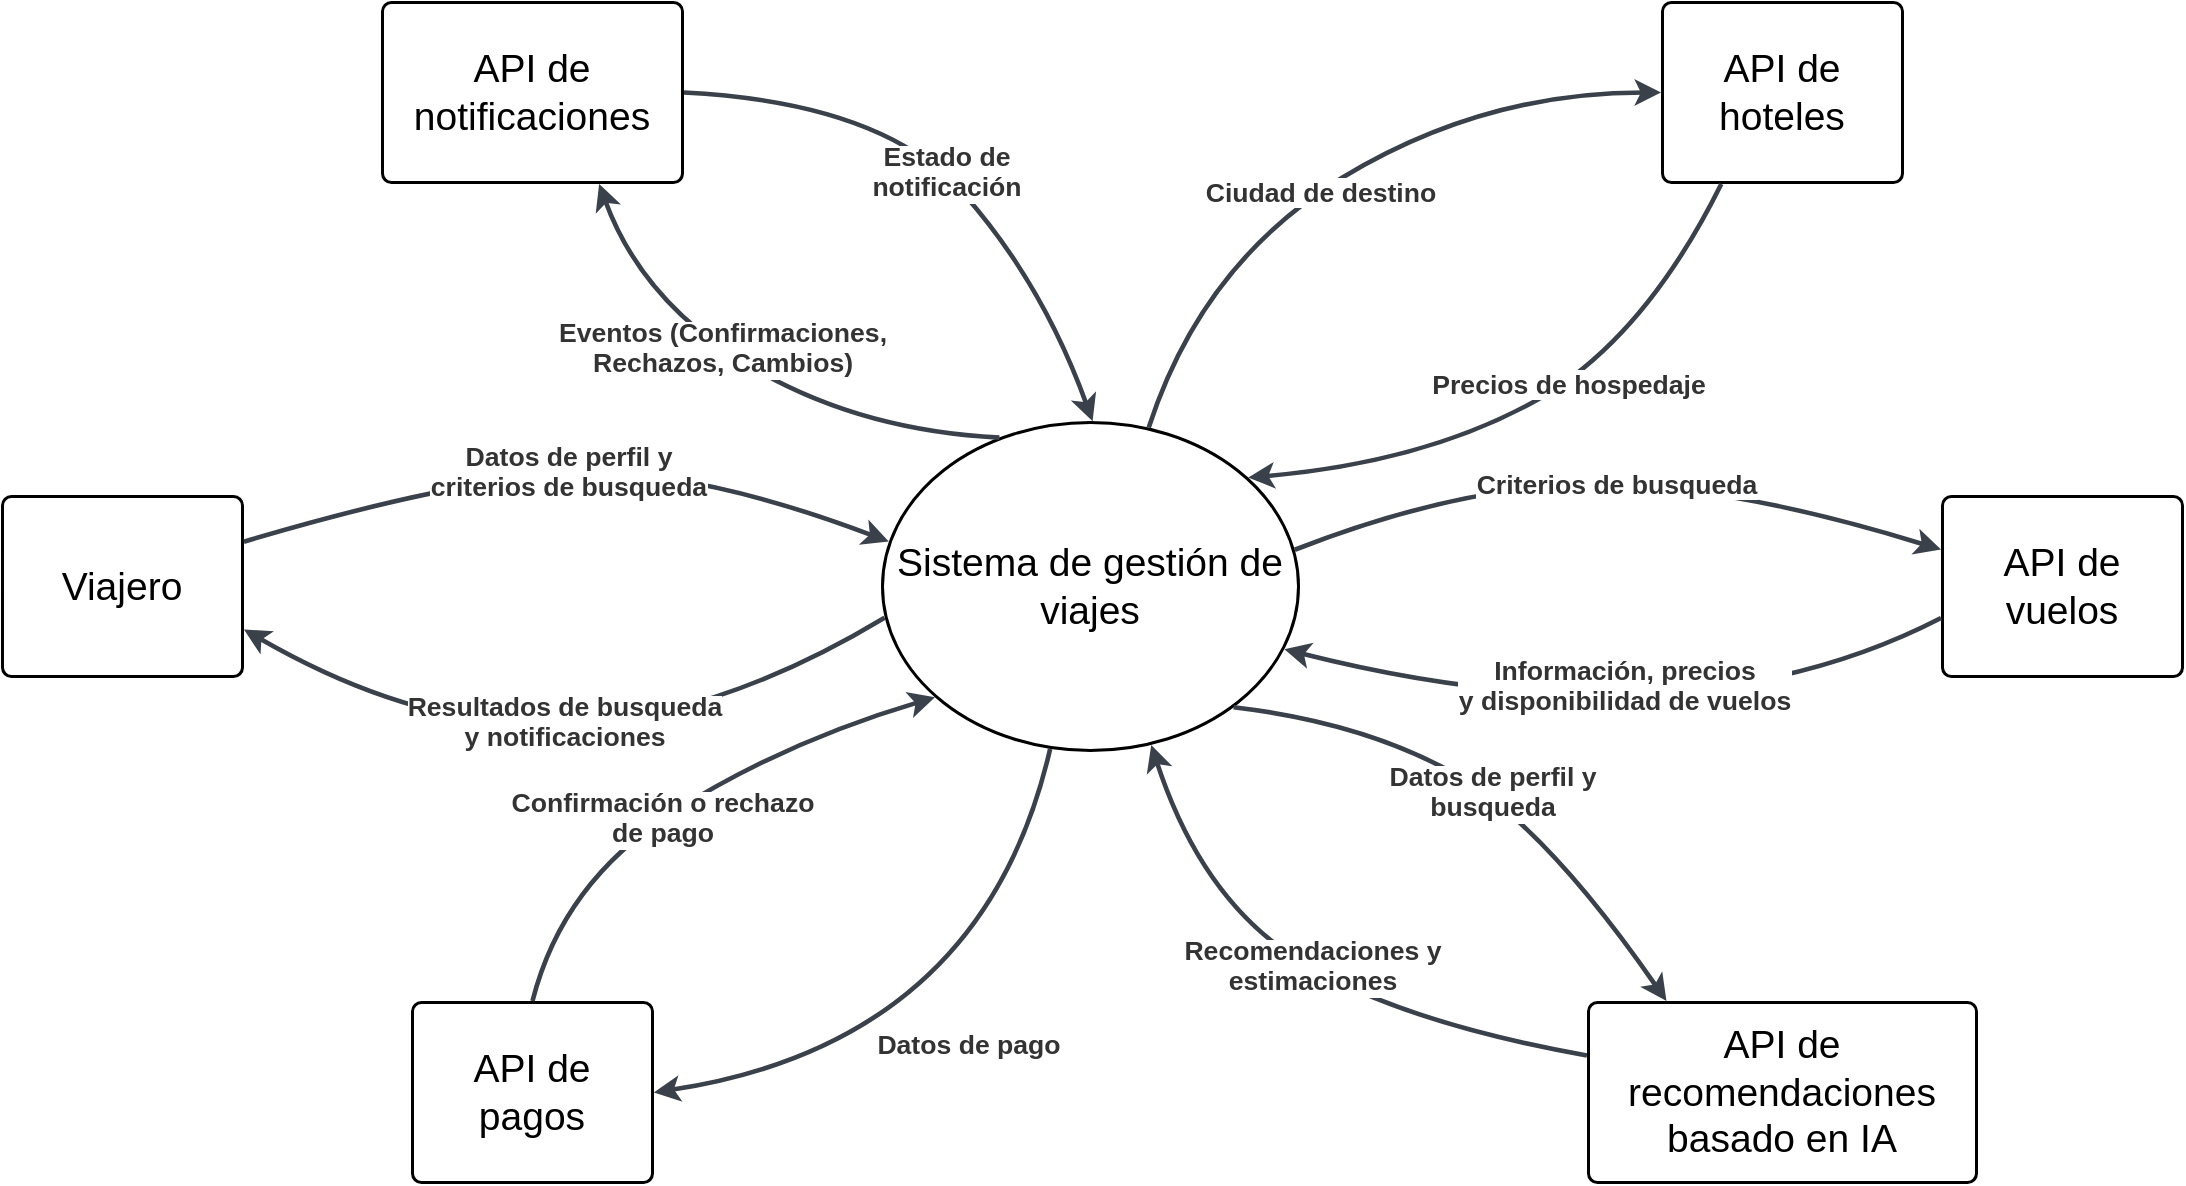
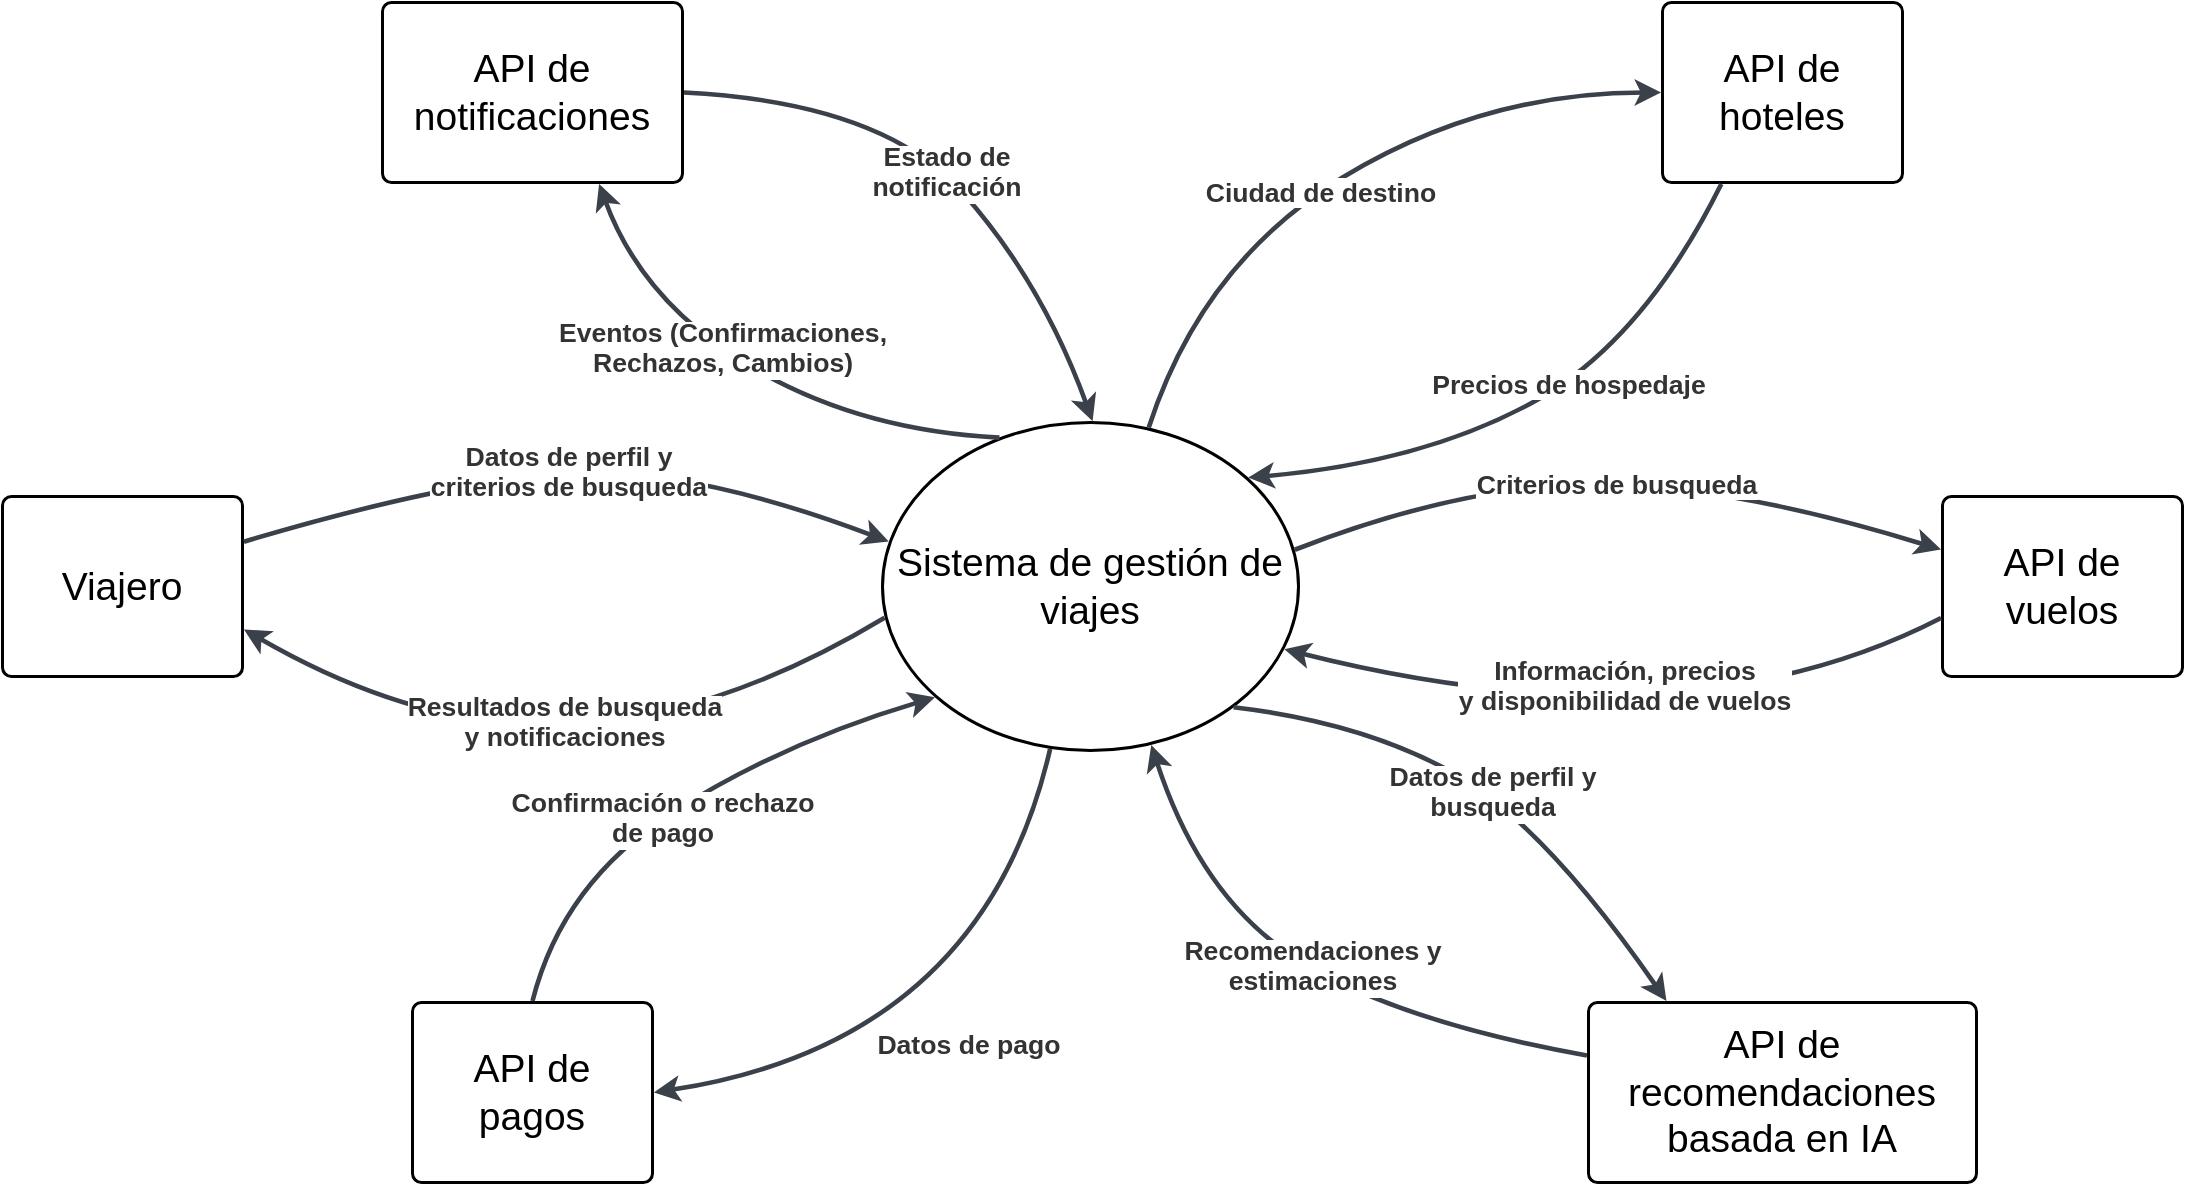
<mxfile host="app.diagrams.net">
  <diagram name="Page-1" id="MfmbcvbHYdxHCaBwPf5r">
    <mxGraphModel dx="2113" dy="1970" grid="1" gridSize="10" guides="1" tooltips="1" connect="1" arrows="1" fold="1" page="1" pageScale="1" pageWidth="850" pageHeight="1100" math="0" shadow="0">
      <root>
        <mxCell id="0" />
        <mxCell id="1" parent="0" />
        <mxCell id="Qg0UZIg7ceVPUyK0LYbh-2" parent="1" style="html=1;overflow=block;blockSpacing=1;whiteSpace=wrap;ellipse;fontSize=19.5;spacing=3.8;strokeOpacity=100;fillOpacity=100;rounded=1;absoluteArcSize=1;arcSize=9;fillColor=#ffffff;strokeWidth=1.5;lucidId=WXIQ8c2zkLz7;" value="Sistema de gestión de viajes" vertex="1">
          <mxGeometry height="164" width="208" x="330" y="150" as="geometry" />
        </mxCell>
        <mxCell id="Qg0UZIg7ceVPUyK0LYbh-3" parent="1" style="html=1;overflow=block;blockSpacing=1;whiteSpace=wrap;fontSize=19.5;spacing=9;strokeOpacity=100;fillOpacity=100;rounded=1;absoluteArcSize=1;arcSize=9;fillColor=#ffffff;strokeWidth=1.5;lucidId=oYIQ8RRWn~sL;" value="API de vuelos" vertex="1">
          <mxGeometry height="90" width="120" x="860" y="187" as="geometry" />
        </mxCell>
        <mxCell id="Qg0UZIg7ceVPUyK0LYbh-4" parent="1" style="html=1;overflow=block;blockSpacing=1;whiteSpace=wrap;fontSize=19.5;spacing=9;strokeOpacity=100;fillOpacity=100;rounded=1;absoluteArcSize=1;arcSize=9;fillColor=#ffffff;strokeWidth=1.5;lucidId=zYIQgOVCz.SI;" value="API de hoteles" vertex="1">
          <mxGeometry height="90" width="120" x="720" y="-60" as="geometry" />
        </mxCell>
        <mxCell id="Qg0UZIg7ceVPUyK0LYbh-5" parent="1" style="html=1;overflow=block;blockSpacing=1;whiteSpace=wrap;fontSize=19.5;spacing=9;strokeOpacity=100;fillOpacity=100;rounded=1;absoluteArcSize=1;arcSize=9;fillColor=#ffffff;strokeWidth=1.5;lucidId=p0IQ9wlLgisg;" value="Viajero" vertex="1">
          <mxGeometry height="90" width="120" x="-110" y="187" as="geometry" />
        </mxCell>
        <mxCell id="Qg0UZIg7ceVPUyK0LYbh-6" parent="1" style="html=1;overflow=block;blockSpacing=1;whiteSpace=wrap;fontSize=19.5;spacing=9;strokeOpacity=100;fillOpacity=100;rounded=1;absoluteArcSize=1;arcSize=9;fillColor=#ffffff;strokeWidth=1.5;lucidId=A0IQgHFGUjRa;" value="API de pagos" vertex="1">
          <mxGeometry height="90" width="120" x="95" y="440" as="geometry" />
        </mxCell>
-         <mxCell id="Qg0UZIg7ceVPUyK0LYbh-7" parent="1" style="html=1;overflow=block;blockSpacing=1;whiteSpace=wrap;fontSize=19.5;spacing=9;strokeOpacity=100;fillOpacity=100;rounded=1;absoluteArcSize=1;arcSize=9;fillColor=#ffffff;strokeWidth=1.5;lucidId=L0IQBWIHV2ov;" value="API de recomendaciones basado en IA" vertex="1">
+         <mxCell id="Qg0UZIg7ceVPUyK0LYbh-7" parent="1" style="html=1;overflow=block;blockSpacing=1;whiteSpace=wrap;fontSize=19.5;spacing=9;strokeOpacity=100;fillOpacity=100;rounded=1;absoluteArcSize=1;arcSize=9;fillColor=#ffffff;strokeWidth=1.5;lucidId=L0IQBWIHV2ov;" value="API de recomendaciones basada en IA" vertex="1">
          <mxGeometry height="90" width="194" x="683" y="440" as="geometry" />
        </mxCell>
        <mxCell id="Qg0UZIg7ceVPUyK0LYbh-8" parent="1" style="html=1;overflow=block;blockSpacing=1;whiteSpace=wrap;fontSize=19.5;spacing=9;strokeOpacity=100;fillOpacity=100;rounded=1;absoluteArcSize=1;arcSize=9;fillColor=#ffffff;strokeWidth=1.5;lucidId=U0IQVbOXQFOp;" value="API de notificaciones" vertex="1">
          <mxGeometry height="90" width="150" x="80" y="-60" as="geometry" />
        </mxCell>
        <mxCell id="Qg0UZIg7ceVPUyK0LYbh-9" edge="1" parent="1" source="Qg0UZIg7ceVPUyK0LYbh-2" style="html=1;jettySize=18;whiteSpace=wrap;fontSize=13;strokeColor=#3a414a;strokeOpacity=100;strokeWidth=2.3;rounded=1;arcSize=48;curved=1;startArrow=none;exitX=0.64;exitY=0.015;exitPerimeter=0;entryX=-0.006;entryY=0.5;entryPerimeter=0;lucidId=71IQLwk1q8.I;" target="Qg0UZIg7ceVPUyK0LYbh-4" value="">
          <mxGeometry height="100" relative="1" width="100" as="geometry">
            <Array as="points">
              <mxPoint x="490" y="70" />
              <mxPoint x="630" y="-15" />
            </Array>
          </mxGeometry>
        </mxCell>
        <mxCell id="Qg0UZIg7ceVPUyK0LYbh-10" parent="Qg0UZIg7ceVPUyK0LYbh-9" style="text;html=1;resizable=0;labelBackgroundColor=default;align=center;verticalAlign=middle;fontStyle=1;fontColor=#333333;fontSize=13.3;" value="Ciudad de destino" vertex="1">
          <mxGeometry relative="1" x="-0.08419359575618401" as="geometry" />
        </mxCell>
        <mxCell id="Qg0UZIg7ceVPUyK0LYbh-11" edge="1" parent="1" source="Qg0UZIg7ceVPUyK0LYbh-4" style="html=1;jettySize=18;whiteSpace=wrap;fontSize=13;strokeColor=#3a414a;strokeOpacity=100;strokeWidth=2.3;rounded=1;arcSize=48;curved=1;startArrow=none;exitX=0.245;exitY=1.008;exitPerimeter=0;entryX=0.879;entryY=0.168;entryPerimeter=0;lucidId=u2IQZdscN3rP;" target="Qg0UZIg7ceVPUyK0LYbh-2" value="">
          <mxGeometry height="100" relative="1" width="100" as="geometry">
            <Array as="points">
              <mxPoint x="710" y="110" />
              <mxPoint x="600" y="170" />
            </Array>
          </mxGeometry>
        </mxCell>
        <mxCell id="Qg0UZIg7ceVPUyK0LYbh-12" parent="Qg0UZIg7ceVPUyK0LYbh-11" style="text;html=1;resizable=0;labelBackgroundColor=default;align=center;verticalAlign=middle;fontStyle=1;fontColor=#333333;fontSize=13.3;" value="Precios de hospedaje" vertex="1">
          <mxGeometry relative="1" x="-0.13035426488270474" as="geometry" />
        </mxCell>
        <mxCell id="Qg0UZIg7ceVPUyK0LYbh-13" edge="1" parent="1" source="Qg0UZIg7ceVPUyK0LYbh-2" style="html=1;jettySize=18;whiteSpace=wrap;fontSize=13;strokeColor=#3a414a;strokeOpacity=100;strokeWidth=2.3;rounded=1;arcSize=48;curved=1;startArrow=none;exitX=0.991;exitY=0.388;exitPerimeter=0;entryX=-0.006;entryY=0.295;entryPerimeter=0;lucidId=n3IQNmoTamkC;" target="Qg0UZIg7ceVPUyK0LYbh-3" value="">
          <mxGeometry height="100" relative="1" width="100" as="geometry">
            <Array as="points">
              <mxPoint x="617" y="182" />
              <mxPoint x="750" y="180" />
            </Array>
          </mxGeometry>
        </mxCell>
        <mxCell id="Qg0UZIg7ceVPUyK0LYbh-14" parent="Qg0UZIg7ceVPUyK0LYbh-13" style="text;html=1;resizable=0;labelBackgroundColor=default;align=center;verticalAlign=middle;fontStyle=1;fontColor=#333333;fontSize=13.3;" value="Criterios de busqueda" vertex="1">
          <mxGeometry relative="1" as="geometry" />
        </mxCell>
        <mxCell id="Qg0UZIg7ceVPUyK0LYbh-15" edge="1" parent="1" source="Qg0UZIg7ceVPUyK0LYbh-3" style="html=1;jettySize=18;whiteSpace=wrap;fontSize=13;strokeColor=#3a414a;strokeOpacity=100;strokeWidth=2.3;rounded=1;arcSize=48;curved=1;startArrow=none;exitX=-0.006;exitY=0.675;exitPerimeter=0;entryX=0.966;entryY=0.691;entryPerimeter=0;lucidId=u3IQvIhZ8pv1;" target="Qg0UZIg7ceVPUyK0LYbh-2" value="">
          <mxGeometry height="100" relative="1" width="100" as="geometry">
            <Array as="points">
              <mxPoint x="731" y="314" />
            </Array>
          </mxGeometry>
        </mxCell>
        <mxCell id="Qg0UZIg7ceVPUyK0LYbh-16" parent="Qg0UZIg7ceVPUyK0LYbh-15" style="text;html=1;resizable=0;labelBackgroundColor=default;align=center;verticalAlign=middle;" value="&lt;div style=&quot;display: flex; justify-content: center; text-align: center; align-items: baseline; font-size: 0; line-height: 1.25;margin-top: -2px;&quot;&gt;&lt;span&gt;&lt;span style=&quot;font-size:13.3px;color:#333333;font-weight: bold;&quot;&gt;Información, precios &#xa;&lt;/span&gt;&lt;/span&gt;&lt;/div&gt;&lt;div style=&quot;display: flex; justify-content: center; text-align: center; align-items: baseline; font-size: 0; line-height: 1.25;margin-top: -2px;&quot;&gt;&lt;span&gt;&lt;span style=&quot;font-size:13.3px;color:#333333;font-weight: bold;&quot;&gt;y disponibilidad de vuelos&lt;/span&gt;&lt;/span&gt;&lt;/div&gt;" vertex="1">
          <mxGeometry relative="1" as="geometry">
            <mxPoint y="-24" as="offset" />
          </mxGeometry>
        </mxCell>
        <mxCell id="Qg0UZIg7ceVPUyK0LYbh-17" edge="1" parent="1" source="Qg0UZIg7ceVPUyK0LYbh-2" style="html=1;jettySize=18;whiteSpace=wrap;overflow=block;blockSpacing=1;fontSize=13;strokeColor=#3a414a;strokeOpacity=100;strokeWidth=2.3;rounded=1;arcSize=48;curved=1;startArrow=none;exitX=0.844;exitY=0.868;exitPerimeter=0;entryX=0.201;entryY=-0.008;entryPerimeter=0;lucidId=K3IQsONADEcH;" target="Qg0UZIg7ceVPUyK0LYbh-7" value="">
          <mxGeometry height="100" relative="1" width="100" as="geometry">
            <Array as="points">
              <mxPoint x="570" y="300" />
              <mxPoint x="660" y="350" />
            </Array>
          </mxGeometry>
        </mxCell>
        <mxCell id="Qg0UZIg7ceVPUyK0LYbh-18" parent="Qg0UZIg7ceVPUyK0LYbh-17" style="text;html=1;resizable=0;labelBackgroundColor=default;align=center;verticalAlign=middle;" value="&lt;div style=&quot;display: flex; justify-content: center; text-align: center; align-items: baseline; font-size: 0; line-height: 1.25;margin-top: -2px;&quot;&gt;&lt;span&gt;&lt;span style=&quot;font-size:13.3px;color:#333333;font-weight: bold;&quot;&gt;Datos de perfil y&#xa;&lt;/span&gt;&lt;/span&gt;&lt;/div&gt;&lt;div style=&quot;display: flex; justify-content: center; text-align: center; align-items: baseline; font-size: 0; line-height: 1.25;margin-top: -2px;&quot;&gt;&lt;span&gt;&lt;span style=&quot;font-size:13.3px;color:#333333;font-weight: bold;&quot;&gt;busqueda&lt;/span&gt;&lt;/span&gt;&lt;/div&gt;" vertex="1">
          <mxGeometry relative="1" as="geometry" />
        </mxCell>
        <mxCell id="Qg0UZIg7ceVPUyK0LYbh-19" edge="1" parent="1" source="Qg0UZIg7ceVPUyK0LYbh-7" style="html=1;jettySize=18;whiteSpace=wrap;overflow=block;blockSpacing=1;fontSize=13;strokeColor=#3a414a;strokeOpacity=100;strokeWidth=2.3;rounded=1;arcSize=48;curved=1;startArrow=none;exitX=-0.004;exitY=0.294;exitPerimeter=0;entryX=0.646;entryY=0.983;entryPerimeter=0;lucidId=Q3IQ~yykrcQk;" target="Qg0UZIg7ceVPUyK0LYbh-2" value="">
          <mxGeometry height="100" relative="1" width="100" as="geometry">
            <Array as="points">
              <mxPoint x="590" y="450" />
              <mxPoint x="490" y="390" />
            </Array>
          </mxGeometry>
        </mxCell>
        <mxCell id="Qg0UZIg7ceVPUyK0LYbh-20" parent="Qg0UZIg7ceVPUyK0LYbh-19" style="text;html=1;resizable=0;labelBackgroundColor=default;align=center;verticalAlign=middle;" value="&lt;div style=&quot;display: flex; justify-content: center; text-align: center; align-items: baseline; font-size: 0; line-height: 1.25;margin-top: -2px;&quot;&gt;&lt;span&gt;&lt;span style=&quot;font-size:13.3px;color:#333333;font-weight: bold;&quot;&gt;Recomendaciones y&#xa;&lt;/span&gt;&lt;/span&gt;&lt;/div&gt;&lt;div style=&quot;display: flex; justify-content: center; text-align: center; align-items: baseline; font-size: 0; line-height: 1.25;margin-top: -2px;&quot;&gt;&lt;span&gt;&lt;span style=&quot;font-size:13.3px;color:#333333;font-weight: bold;&quot;&gt;estimaciones&lt;/span&gt;&lt;/span&gt;&lt;/div&gt;" vertex="1">
          <mxGeometry relative="1" as="geometry" />
        </mxCell>
        <mxCell id="Qg0UZIg7ceVPUyK0LYbh-21" edge="1" parent="1" source="Qg0UZIg7ceVPUyK0LYbh-2" style="html=1;jettySize=18;whiteSpace=wrap;overflow=block;blockSpacing=1;fontSize=13;strokeColor=#3a414a;strokeOpacity=100;strokeWidth=2.3;rounded=1;arcSize=48;curved=1;startArrow=none;exitX=0.403;exitY=0.995;exitPerimeter=0;entryX=1.006;entryY=0.5;entryPerimeter=0;lucidId=V3IQEwKMN262;" target="Qg0UZIg7ceVPUyK0LYbh-6" value="">
          <mxGeometry height="100" relative="1" width="100" as="geometry">
            <Array as="points">
              <mxPoint x="380" y="460" />
            </Array>
          </mxGeometry>
        </mxCell>
        <mxCell id="Qg0UZIg7ceVPUyK0LYbh-22" parent="Qg0UZIg7ceVPUyK0LYbh-21" style="text;html=1;resizable=0;labelBackgroundColor=default;align=center;verticalAlign=middle;fontStyle=1;fontColor=#333333;fontSize=13.3;" value="Datos de pago" vertex="1">
          <mxGeometry relative="1" as="geometry" />
        </mxCell>
        <mxCell id="Qg0UZIg7ceVPUyK0LYbh-23" edge="1" parent="1" source="Qg0UZIg7ceVPUyK0LYbh-6" style="html=1;jettySize=18;whiteSpace=wrap;fontSize=13;strokeColor=#3a414a;strokeOpacity=100;strokeWidth=2.3;rounded=1;arcSize=48;curved=1;startArrow=none;exitX=0.5;exitY=-0.008;exitPerimeter=0;entryX=0.126;entryY=0.838;entryPerimeter=0;lucidId=Y3IQuOlXosfN;" target="Qg0UZIg7ceVPUyK0LYbh-2" value="">
          <mxGeometry height="100" relative="1" width="100" as="geometry">
            <Array as="points">
              <mxPoint x="170" y="380" />
              <mxPoint x="280" y="310" />
            </Array>
          </mxGeometry>
        </mxCell>
        <mxCell id="Qg0UZIg7ceVPUyK0LYbh-24" parent="Qg0UZIg7ceVPUyK0LYbh-23" style="text;html=1;resizable=0;labelBackgroundColor=default;align=center;verticalAlign=middle;" value="&lt;div style=&quot;display: flex; justify-content: center; text-align: center; align-items: baseline; font-size: 0; line-height: 1.25;margin-top: -2px;&quot;&gt;&lt;span&gt;&lt;span style=&quot;font-size:13.3px;color:#333333;font-weight: bold;&quot;&gt;Confirmación o rechazo&#xa;&lt;/span&gt;&lt;/span&gt;&lt;/div&gt;&lt;div style=&quot;display: flex; justify-content: center; text-align: center; align-items: baseline; font-size: 0; line-height: 1.25;margin-top: -2px;&quot;&gt;&lt;span&gt;&lt;span style=&quot;font-size:13.3px;color:#333333;font-weight: bold;&quot;&gt; de pago&lt;/span&gt;&lt;/span&gt;&lt;/div&gt;" vertex="1">
          <mxGeometry relative="1" x="-0.11478270882850938" as="geometry" />
        </mxCell>
        <mxCell id="Qg0UZIg7ceVPUyK0LYbh-25" edge="1" parent="1" source="Qg0UZIg7ceVPUyK0LYbh-2" style="html=1;jettySize=18;whiteSpace=wrap;overflow=block;blockSpacing=1;fontSize=13;strokeColor=#3a414a;strokeOpacity=100;strokeWidth=2.3;rounded=1;arcSize=48;curved=1;startArrow=none;exitX=0.005;exitY=0.595;exitPerimeter=0;entryX=1.006;entryY=0.739;entryPerimeter=0;lucidId=23IQuNTFHj-Q;" target="Qg0UZIg7ceVPUyK0LYbh-5" value="">
          <mxGeometry height="100" relative="1" width="100" as="geometry">
            <Array as="points">
              <mxPoint x="249" y="297" />
              <mxPoint x="100" y="305" />
            </Array>
          </mxGeometry>
        </mxCell>
        <mxCell id="Qg0UZIg7ceVPUyK0LYbh-26" parent="Qg0UZIg7ceVPUyK0LYbh-25" style="text;html=1;resizable=0;labelBackgroundColor=default;align=center;verticalAlign=middle;" value="&lt;div style=&quot;display: flex; justify-content: center; text-align: center; align-items: baseline; font-size: 0; line-height: 1.25;margin-top: -2px;&quot;&gt;&lt;span&gt;&lt;span style=&quot;font-size:13.3px;color:#333333;font-weight: bold;&quot;&gt;Resultados de busqueda &#xa;&lt;/span&gt;&lt;/span&gt;&lt;/div&gt;&lt;div style=&quot;display: flex; justify-content: center; text-align: center; align-items: baseline; font-size: 0; line-height: 1.25;margin-top: -2px;&quot;&gt;&lt;span&gt;&lt;span style=&quot;font-size:13.3px;color:#333333;font-weight: bold;&quot;&gt;y notificaciones&lt;/span&gt;&lt;/span&gt;&lt;/div&gt;" vertex="1">
          <mxGeometry relative="1" as="geometry" />
        </mxCell>
        <mxCell id="Qg0UZIg7ceVPUyK0LYbh-27" edge="1" parent="1" source="Qg0UZIg7ceVPUyK0LYbh-5" style="html=1;jettySize=18;whiteSpace=wrap;overflow=block;blockSpacing=1;fontSize=13;strokeColor=#3a414a;strokeOpacity=100;strokeWidth=2.3;rounded=1;arcSize=48;curved=1;startArrow=none;exitX=1.006;exitY=0.251;exitPerimeter=0;entryX=0.015;entryY=0.363;entryPerimeter=0;lucidId=83IQTPbwWkvX;" target="Qg0UZIg7ceVPUyK0LYbh-2" value="">
          <mxGeometry height="100" relative="1" width="100" as="geometry">
            <Array as="points">
              <mxPoint x="110" y="180" />
              <mxPoint x="231" y="171" />
            </Array>
          </mxGeometry>
        </mxCell>
        <mxCell id="Qg0UZIg7ceVPUyK0LYbh-28" parent="Qg0UZIg7ceVPUyK0LYbh-27" style="text;html=1;resizable=0;labelBackgroundColor=default;align=center;verticalAlign=middle;" value="&lt;div style=&quot;display: flex; justify-content: center; text-align: center; align-items: baseline; font-size: 0; line-height: 1.25;margin-top: -2px;&quot;&gt;&lt;span&gt;&lt;span style=&quot;font-size:13.3px;color:#333333;font-weight: bold;&quot;&gt;Datos de perfil y &#xa;&lt;/span&gt;&lt;/span&gt;&lt;/div&gt;&lt;div style=&quot;display: flex; justify-content: center; text-align: center; align-items: baseline; font-size: 0; line-height: 1.25;margin-top: -2px;&quot;&gt;&lt;span&gt;&lt;span style=&quot;font-size:13.3px;color:#333333;font-weight: bold;&quot;&gt;criterios de busqueda&lt;/span&gt;&lt;/span&gt;&lt;/div&gt;" vertex="1">
          <mxGeometry relative="1" as="geometry" />
        </mxCell>
        <mxCell id="Qg0UZIg7ceVPUyK0LYbh-29" edge="1" parent="1" source="Qg0UZIg7ceVPUyK0LYbh-2" style="html=1;jettySize=18;whiteSpace=wrap;overflow=block;blockSpacing=1;fontSize=13;strokeColor=#3a414a;strokeOpacity=100;strokeWidth=2.3;rounded=1;arcSize=48;curved=1;startArrow=none;exitX=0.281;exitY=0.046;exitPerimeter=0;entryX=0.722;entryY=1.008;entryPerimeter=0;lucidId=~3IQhg-grDLM;" target="Qg0UZIg7ceVPUyK0LYbh-8" value="">
          <mxGeometry height="100" relative="1" width="100" as="geometry">
            <Array as="points">
              <mxPoint x="318" y="154" />
              <mxPoint x="210" y="90" />
            </Array>
          </mxGeometry>
        </mxCell>
        <mxCell id="Qg0UZIg7ceVPUyK0LYbh-30" parent="Qg0UZIg7ceVPUyK0LYbh-29" style="text;html=1;resizable=0;labelBackgroundColor=default;align=center;verticalAlign=middle;" value="&lt;div style=&quot;display: flex; justify-content: center; text-align: center; align-items: baseline; font-size: 0; line-height: 1.25;margin-top: -2px;&quot;&gt;&lt;span&gt;&lt;span style=&quot;font-size:13.3px;color:#333333;font-weight: bold;&quot;&gt;Eventos (Confirmaciones, &#xa;&lt;/span&gt;&lt;/span&gt;&lt;/div&gt;&lt;div style=&quot;display: flex; justify-content: center; text-align: center; align-items: baseline; font-size: 0; line-height: 1.25;margin-top: -2px;&quot;&gt;&lt;span&gt;&lt;span style=&quot;font-size:13.3px;color:#333333;font-weight: bold;&quot;&gt;Rechazos, Cambios)&lt;/span&gt;&lt;/span&gt;&lt;/div&gt;" vertex="1">
          <mxGeometry relative="1" x="0.15745984003195557" as="geometry" />
        </mxCell>
        <mxCell id="Qg0UZIg7ceVPUyK0LYbh-31" edge="1" parent="1" source="Qg0UZIg7ceVPUyK0LYbh-8" style="html=1;jettySize=18;whiteSpace=wrap;overflow=block;blockSpacing=1;fontSize=13;strokeColor=#3a414a;strokeOpacity=100;strokeWidth=2.3;rounded=1;arcSize=48;curved=1;startArrow=none;exitX=1.005;exitY=0.5;exitPerimeter=0;entryX=0.505;entryY=-0.004;entryPerimeter=0;lucidId=YoJQZYLReGAf;" target="Qg0UZIg7ceVPUyK0LYbh-2" value="">
          <mxGeometry height="100" relative="1" width="100" as="geometry">
            <Array as="points">
              <mxPoint x="330" y="-10" />
              <mxPoint x="410" y="80" />
            </Array>
          </mxGeometry>
        </mxCell>
        <mxCell id="Qg0UZIg7ceVPUyK0LYbh-32" parent="Qg0UZIg7ceVPUyK0LYbh-31" style="text;html=1;resizable=0;labelBackgroundColor=default;align=center;verticalAlign=middle;" value="&lt;div style=&quot;display: flex; justify-content: center; text-align: center; align-items: baseline; font-size: 0; line-height: 1.25;margin-top: -2px;&quot;&gt;&lt;span&gt;&lt;span style=&quot;font-size:13.3px;color:#333333;font-weight: bold;&quot;&gt;Estado de&#xa;&lt;/span&gt;&lt;/span&gt;&lt;/div&gt;&lt;div style=&quot;display: flex; justify-content: center; text-align: center; align-items: baseline; font-size: 0; line-height: 1.25;margin-top: -2px;&quot;&gt;&lt;span&gt;&lt;span style=&quot;font-size:13.3px;color:#333333;font-weight: bold;&quot;&gt;notificación&lt;/span&gt;&lt;/span&gt;&lt;/div&gt;" vertex="1">
          <mxGeometry relative="1" as="geometry" />
        </mxCell>
      </root>
    </mxGraphModel>
  </diagram>
</mxfile>
